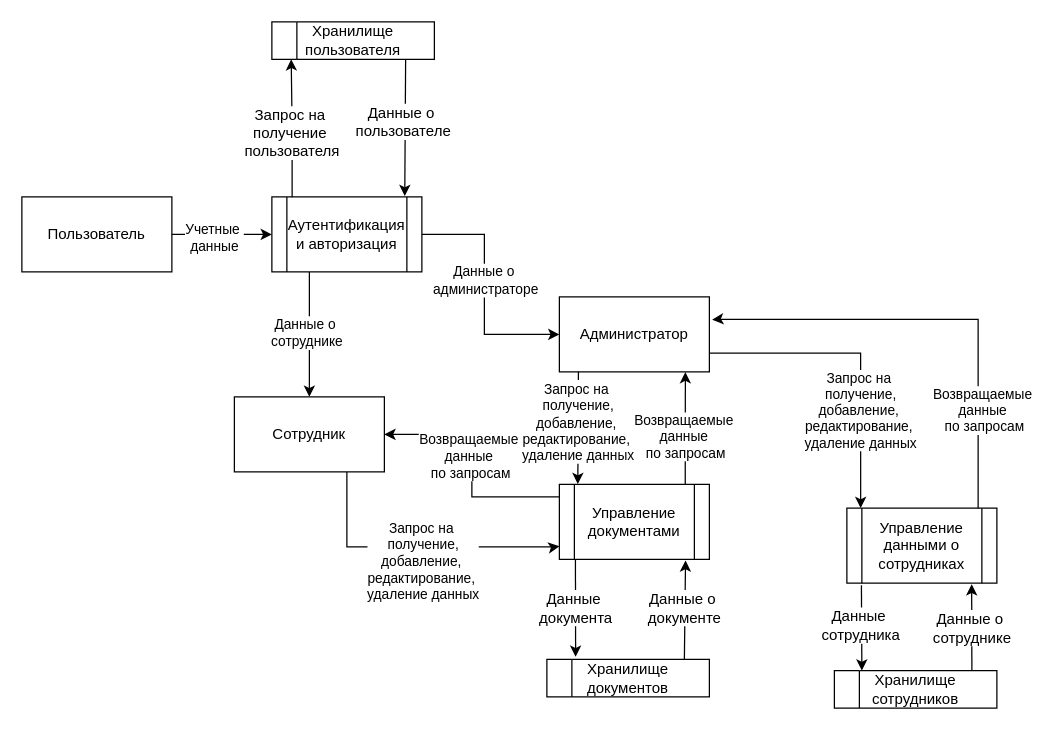
Earlier version of the draw.io diagram page "потоки данных" (5 of 6) of misc/documentFlow.drawio (alwegr/gorodinec-graduate-project). Source tidied: cells renumbered, new cells numbered last; positions are measured from the earlier drawing's top-left corner, leaving out a move shared by most shapes. Both pictures are drawn from the tidied source at 125%, with x=0, y=0 at pixel (21, 21).
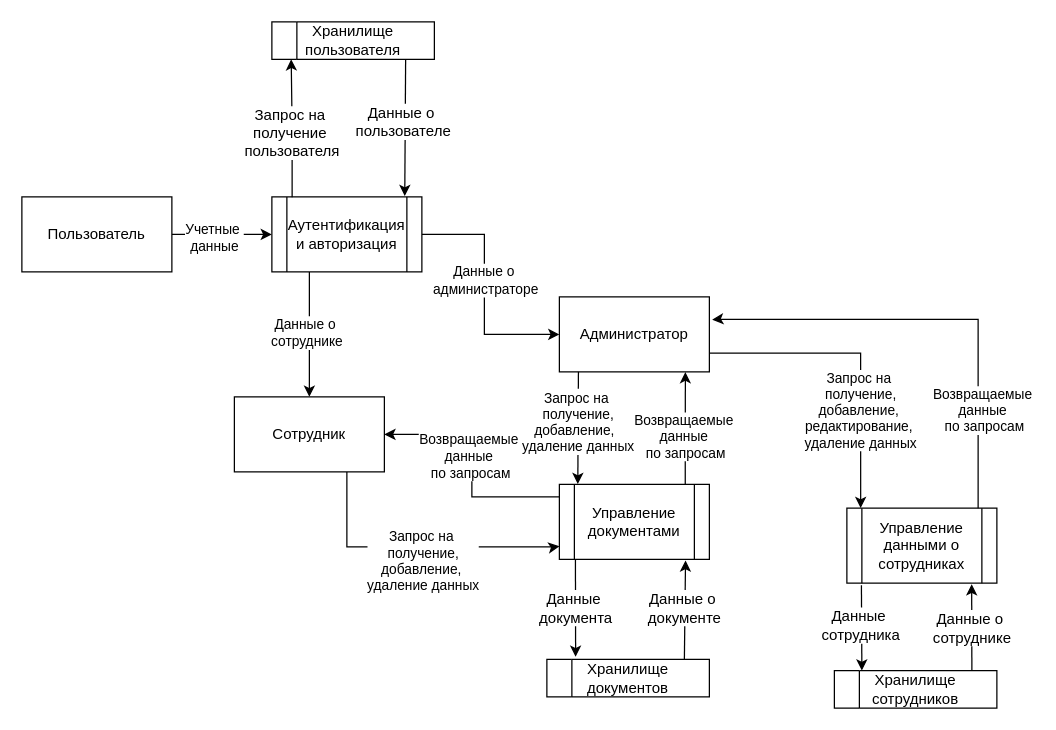
The same diagram, later.

Unchanged cells that the change refers to:
```xml
<mxCell id="34" style="rounded=0;jettySize=auto;html=1;entryX=0.123;entryY=-0.005;entryDx=0;entryDy=0;entryPerimeter=0;fontFamily=Helvetica;fontSize=12;fontColor=default;fontStyle=0;exitX=0.127;exitY=1;exitDx=0;exitDy=0;exitPerimeter=0;" parent="1" edge="1" source="13" target="21">
  <mxGeometry relative="1" as="geometry" />
</mxCell>
<mxCell id="36" style="edgeStyle=orthogonalEdgeStyle;rounded=0;jettySize=auto;html=1;entryX=0.001;entryY=0.826;entryDx=0;entryDy=0;entryPerimeter=0;fontFamily=Helvetica;fontSize=12;fontColor=default;fontStyle=0;" parent="1" edge="1" source="10" target="21">
  <mxGeometry relative="1" as="geometry">
    <Array as="points">
      <mxPoint x="260" y="420" />
      <mxPoint x="427" y="420" />
    </Array>
  </mxGeometry>
</mxCell>
```

Diff of the diagram source:
```diff
@@
-    <mxCell id="35" value="&lt;span style=&quot;font-size: 11px;&quot;&gt;Запрос на&amp;nbsp;&lt;/span&gt;&lt;div style=&quot;font-size: 11px;&quot;&gt;получение,&lt;div&gt;добавление,&amp;nbsp;&lt;/div&gt;&lt;div&gt;редактирование,&amp;nbsp;&lt;/div&gt;&lt;div&gt;удаление данных&lt;/div&gt;&lt;/div&gt;" style="edgeLabel;html=1;align=center;verticalAlign=middle;fillStyle=auto;strokeColor=default;strokeWidth=1;swimlaneFillColor=#ffffff;fontFamily=Helvetica;fontSize=12;fontColor=default;fontStyle=0;fillColor=default;" parent="34" vertex="1">
+    <mxCell id="35" value="&lt;span style=&quot;font-size: 11px;&quot;&gt;Запрос на&amp;nbsp;&lt;/span&gt;&lt;div style=&quot;font-size: 11px;&quot;&gt;получение,&lt;div&gt;добавление,&amp;nbsp;&amp;nbsp;&lt;/div&gt;&lt;div&gt;удаление данных&lt;/div&gt;&lt;/div&gt;" style="edgeLabel;html=1;align=center;verticalAlign=middle;fillStyle=auto;strokeColor=default;strokeWidth=1;swimlaneFillColor=#ffffff;fontFamily=Helvetica;fontSize=12;fontColor=default;fontStyle=0;fillColor=default;" parent="34" vertex="1">
       <mxGeometry x="-0.2" y="-1" relative="1" as="geometry">
         <mxPoint y="4" as="offset" />
       </mxGeometry>
     </mxCell>
@@
-    <mxCell id="37" value="&lt;span style=&quot;font-size: 11px;&quot;&gt;Запрос на&amp;nbsp;&lt;/span&gt;&lt;div style=&quot;font-size: 11px;&quot;&gt;получение,&lt;div&gt;добавление,&amp;nbsp;&lt;/div&gt;&lt;div&gt;редактирование,&amp;nbsp;&lt;/div&gt;&lt;div&gt;удаление данных&lt;/div&gt;&lt;/div&gt;" style="edgeLabel;html=1;align=center;verticalAlign=middle;fillStyle=auto;strokeColor=default;strokeWidth=1;swimlaneFillColor=#ffffff;fontFamily=Helvetica;fontSize=12;fontColor=default;fontStyle=0;fillColor=default;" parent="36" vertex="1">
+    <mxCell id="37" value="&lt;span style=&quot;font-size: 11px;&quot;&gt;Запрос на&amp;nbsp;&lt;/span&gt;&lt;div style=&quot;font-size: 11px;&quot;&gt;получение,&lt;div&gt;добавление,&amp;nbsp;&lt;/div&gt;&lt;div&gt;удаление данных&lt;/div&gt;&lt;/div&gt;" style="edgeLabel;html=1;align=center;verticalAlign=middle;fillStyle=auto;strokeColor=default;strokeWidth=1;swimlaneFillColor=#ffffff;fontFamily=Helvetica;fontSize=12;fontColor=default;fontStyle=0;fillColor=default;" parent="36" vertex="1">
       <mxGeometry x="-0.06" y="1" relative="1" as="geometry">
         <mxPoint x="12" y="11" as="offset" />
       </mxGeometry>
     </mxCell>
```
